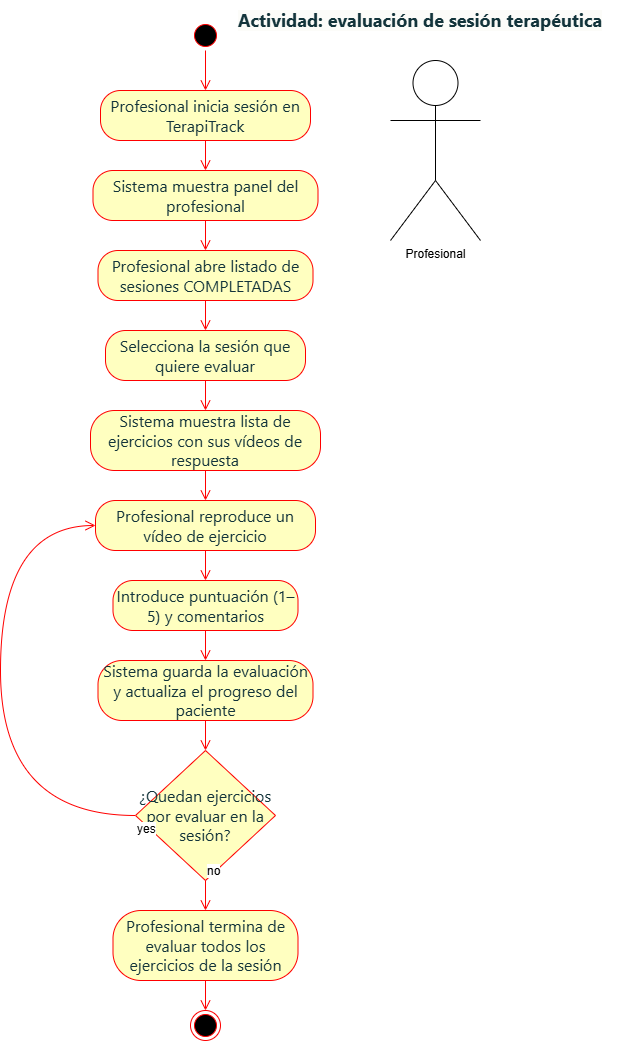
Before: doc/TerapiTrack_Documentación_Técnica/img/actividad_evaluar_sesion.png, a diagram exported from draw.io (lanchares/TerapiTrack). Source tidied: cells renumbered, new cells last; positions are measured from the earlier drawing's top-left corner, leaving out a move shared by most shapes. The source it was exported from:
```xml
<mxGraphModel>
  <root>
    <mxCell id="0" />
    <mxCell id="1" parent="0" />
    <mxCell id="2" style="ellipse;html=1;shape=startState;fillColor=#000000;strokeColor=#ff0000;" parent="1" vertex="1">
      <mxGeometry x="190" y="20" width="30" height="30" as="geometry" />
    </mxCell>
    <mxCell id="3" style="edgeStyle=orthogonalEdgeStyle;html=1;verticalAlign=bottom;endArrow=open;endSize=8;strokeColor=#ff0000;rounded=0;fontSize=12;curved=1;entryX=0.5;entryY=0;entryDx=0;entryDy=0;" parent="1" edge="1" source="2" target="4">
      <mxGeometry relative="1" as="geometry" />
    </mxCell>
    <mxCell id="4" value="&lt;span style=&quot;color: oklch(0.3039 0.04 213.68); font-family: fkGroteskNeue, ui-sans-serif, system-ui, -apple-system, BlinkMacSystemFont, &amp;quot;Segoe UI&amp;quot;, Roboto, &amp;quot;Helvetica Neue&amp;quot;, Arial, &amp;quot;Noto Sans&amp;quot;, sans-serif, &amp;quot;Apple Color Emoji&amp;quot;, &amp;quot;Segoe UI Emoji&amp;quot;, &amp;quot;Segoe UI Symbol&amp;quot;, &amp;quot;Noto Color Emoji&amp;quot;, &amp;quot;Hiragino Sans&amp;quot;, &amp;quot;PingFang SC&amp;quot;, &amp;quot;Apple SD Gothic Neo&amp;quot;, &amp;quot;Yu Gothic&amp;quot;, &amp;quot;Microsoft YaHei&amp;quot;, &amp;quot;Microsoft JhengHei&amp;quot;, Meiryo; font-size: 16px; text-align: start;&quot;&gt;Profesional inicia sesión en TerapiTrack&lt;/span&gt;" style="rounded=1;whiteSpace=wrap;html=1;arcSize=40;fontColor=#000000;fillColor=#ffffc0;strokeColor=#ff0000;" parent="1" vertex="1">
      <mxGeometry x="100" y="90" width="210" height="50" as="geometry" />
    </mxCell>
    <mxCell id="5" style="edgeStyle=orthogonalEdgeStyle;html=1;verticalAlign=bottom;endArrow=open;endSize=8;strokeColor=#ff0000;rounded=0;fontSize=12;curved=1;entryX=0.5;entryY=0;entryDx=0;entryDy=0;" parent="1" edge="1" source="4" target="6">
      <mxGeometry relative="1" as="geometry" />
    </mxCell>
    <mxCell id="6" value="&lt;span style=&quot;color: oklch(0.3039 0.04 213.68); font-family: fkGroteskNeue, ui-sans-serif, system-ui, -apple-system, BlinkMacSystemFont, &amp;quot;Segoe UI&amp;quot;, Roboto, &amp;quot;Helvetica Neue&amp;quot;, Arial, &amp;quot;Noto Sans&amp;quot;, sans-serif, &amp;quot;Apple Color Emoji&amp;quot;, &amp;quot;Segoe UI Emoji&amp;quot;, &amp;quot;Segoe UI Symbol&amp;quot;, &amp;quot;Noto Color Emoji&amp;quot;, &amp;quot;Hiragino Sans&amp;quot;, &amp;quot;PingFang SC&amp;quot;, &amp;quot;Apple SD Gothic Neo&amp;quot;, &amp;quot;Yu Gothic&amp;quot;, &amp;quot;Microsoft YaHei&amp;quot;, &amp;quot;Microsoft JhengHei&amp;quot;, Meiryo; font-size: 16px; text-align: start;&quot;&gt;Sistema muestra panel del profesional&lt;/span&gt;" style="rounded=1;whiteSpace=wrap;html=1;arcSize=40;fontColor=#000000;fillColor=#ffffc0;strokeColor=#ff0000;" parent="1" vertex="1">
      <mxGeometry x="92.5" y="170" width="225" height="50" as="geometry" />
    </mxCell>
    <mxCell id="7" style="edgeStyle=orthogonalEdgeStyle;html=1;verticalAlign=bottom;endArrow=open;endSize=8;strokeColor=#ff0000;rounded=0;fontSize=12;curved=1;entryX=0.5;entryY=0;entryDx=0;entryDy=0;" parent="1" edge="1" source="6" target="8">
      <mxGeometry relative="1" as="geometry" />
    </mxCell>
    <mxCell id="8" value="&lt;span style=&quot;color: oklch(0.3039 0.04 213.68); font-family: fkGroteskNeue, ui-sans-serif, system-ui, -apple-system, BlinkMacSystemFont, &amp;quot;Segoe UI&amp;quot;, Roboto, &amp;quot;Helvetica Neue&amp;quot;, Arial, &amp;quot;Noto Sans&amp;quot;, sans-serif, &amp;quot;Apple Color Emoji&amp;quot;, &amp;quot;Segoe UI Emoji&amp;quot;, &amp;quot;Segoe UI Symbol&amp;quot;, &amp;quot;Noto Color Emoji&amp;quot;, &amp;quot;Hiragino Sans&amp;quot;, &amp;quot;PingFang SC&amp;quot;, &amp;quot;Apple SD Gothic Neo&amp;quot;, &amp;quot;Yu Gothic&amp;quot;, &amp;quot;Microsoft YaHei&amp;quot;, &amp;quot;Microsoft JhengHei&amp;quot;, Meiryo; font-size: 16px; text-align: start;&quot;&gt;Profesional abre listado de sesiones COMPLETADAS&lt;/span&gt;" style="rounded=1;whiteSpace=wrap;html=1;arcSize=40;fontColor=#000000;fillColor=#ffffc0;strokeColor=#ff0000;" parent="1" vertex="1">
      <mxGeometry x="97.5" y="250" width="215" height="50" as="geometry" />
    </mxCell>
    <mxCell id="9" value="Profesional" style="shape=umlActor;verticalLabelPosition=bottom;verticalAlign=top;html=1;" parent="1" vertex="1">
      <mxGeometry x="390" y="60" width="90" height="180" as="geometry" />
    </mxCell>
    <mxCell id="10" value="&lt;span style=&quot;color: oklch(0.3039 0.04 213.68); font-family: fkGroteskNeue, ui-sans-serif, system-ui, -apple-system, BlinkMacSystemFont, &amp;quot;Segoe UI&amp;quot;, Roboto, &amp;quot;Helvetica Neue&amp;quot;, Arial, &amp;quot;Noto Sans&amp;quot;, sans-serif, &amp;quot;Apple Color Emoji&amp;quot;, &amp;quot;Segoe UI Emoji&amp;quot;, &amp;quot;Segoe UI Symbol&amp;quot;, &amp;quot;Noto Color Emoji&amp;quot;, &amp;quot;Hiragino Sans&amp;quot;, &amp;quot;PingFang SC&amp;quot;, &amp;quot;Apple SD Gothic Neo&amp;quot;, &amp;quot;Yu Gothic&amp;quot;, &amp;quot;Microsoft YaHei&amp;quot;, &amp;quot;Microsoft JhengHei&amp;quot;, Meiryo; text-align: start; background-color: oklch(0.9902 0.004 106.47);&quot;&gt;&lt;b&gt;&lt;font style=&quot;font-size: 18px;&quot;&gt;Actividad: evaluación de sesión terapéutica&lt;/font&gt;&lt;/b&gt;&lt;/span&gt;" style="text;html=1;whiteSpace=wrap;strokeColor=none;fillColor=none;align=center;verticalAlign=middle;rounded=0;fontSize=16;" parent="1" vertex="1">
      <mxGeometry x="220" width="400" height="40" as="geometry" />
    </mxCell>
    <mxCell id="11" value="&lt;span style=&quot;color: oklch(0.3039 0.04 213.68); font-family: fkGroteskNeue, ui-sans-serif, system-ui, -apple-system, BlinkMacSystemFont, &amp;quot;Segoe UI&amp;quot;, Roboto, &amp;quot;Helvetica Neue&amp;quot;, Arial, &amp;quot;Noto Sans&amp;quot;, sans-serif, &amp;quot;Apple Color Emoji&amp;quot;, &amp;quot;Segoe UI Emoji&amp;quot;, &amp;quot;Segoe UI Symbol&amp;quot;, &amp;quot;Noto Color Emoji&amp;quot;, &amp;quot;Hiragino Sans&amp;quot;, &amp;quot;PingFang SC&amp;quot;, &amp;quot;Apple SD Gothic Neo&amp;quot;, &amp;quot;Yu Gothic&amp;quot;, &amp;quot;Microsoft YaHei&amp;quot;, &amp;quot;Microsoft JhengHei&amp;quot;, Meiryo; font-size: 16px; text-align: start;&quot;&gt;Selecciona la sesión que quiere evaluar&lt;/span&gt;" style="rounded=1;whiteSpace=wrap;html=1;arcSize=40;fontColor=#000000;fillColor=#ffffc0;strokeColor=#ff0000;" parent="1" vertex="1">
      <mxGeometry x="105" y="330" width="200" height="50" as="geometry" />
    </mxCell>
    <mxCell id="12" style="edgeStyle=orthogonalEdgeStyle;html=1;verticalAlign=bottom;endArrow=open;endSize=8;strokeColor=#ff0000;rounded=0;fontSize=12;curved=1;" parent="1" edge="1" source="11" target="13">
      <mxGeometry relative="1" as="geometry" />
    </mxCell>
    <mxCell id="13" value="&lt;span style=&quot;color: oklch(0.3039 0.04 213.68); font-family: fkGroteskNeue, ui-sans-serif, system-ui, -apple-system, BlinkMacSystemFont, &amp;quot;Segoe UI&amp;quot;, Roboto, &amp;quot;Helvetica Neue&amp;quot;, Arial, &amp;quot;Noto Sans&amp;quot;, sans-serif, &amp;quot;Apple Color Emoji&amp;quot;, &amp;quot;Segoe UI Emoji&amp;quot;, &amp;quot;Segoe UI Symbol&amp;quot;, &amp;quot;Noto Color Emoji&amp;quot;, &amp;quot;Hiragino Sans&amp;quot;, &amp;quot;PingFang SC&amp;quot;, &amp;quot;Apple SD Gothic Neo&amp;quot;, &amp;quot;Yu Gothic&amp;quot;, &amp;quot;Microsoft YaHei&amp;quot;, &amp;quot;Microsoft JhengHei&amp;quot;, Meiryo; font-size: 16px; text-align: start;&quot;&gt;Sistema muestra lista de ejercicios con sus vídeos de respuesta&lt;/span&gt;" style="rounded=1;whiteSpace=wrap;html=1;arcSize=40;fontColor=#000000;fillColor=#ffffc0;strokeColor=#ff0000;" parent="1" vertex="1">
      <mxGeometry x="90" y="410" width="230" height="60" as="geometry" />
    </mxCell>
    <mxCell id="14" style="edgeStyle=orthogonalEdgeStyle;html=1;verticalAlign=bottom;endArrow=open;endSize=8;strokeColor=#ff0000;rounded=0;fontSize=12;curved=1;" parent="1" edge="1" source="13" target="15">
      <mxGeometry relative="1" as="geometry" />
    </mxCell>
    <mxCell id="15" value="&lt;span style=&quot;color: oklch(0.3039 0.04 213.68); font-family: fkGroteskNeue, ui-sans-serif, system-ui, -apple-system, BlinkMacSystemFont, &amp;quot;Segoe UI&amp;quot;, Roboto, &amp;quot;Helvetica Neue&amp;quot;, Arial, &amp;quot;Noto Sans&amp;quot;, sans-serif, &amp;quot;Apple Color Emoji&amp;quot;, &amp;quot;Segoe UI Emoji&amp;quot;, &amp;quot;Segoe UI Symbol&amp;quot;, &amp;quot;Noto Color Emoji&amp;quot;, &amp;quot;Hiragino Sans&amp;quot;, &amp;quot;PingFang SC&amp;quot;, &amp;quot;Apple SD Gothic Neo&amp;quot;, &amp;quot;Yu Gothic&amp;quot;, &amp;quot;Microsoft YaHei&amp;quot;, &amp;quot;Microsoft JhengHei&amp;quot;, Meiryo; font-size: 16px; text-align: start;&quot;&gt;Profesional reproduce un vídeo de ejercicio&lt;/span&gt;" style="rounded=1;whiteSpace=wrap;html=1;arcSize=40;fontColor=#000000;fillColor=#ffffc0;strokeColor=#ff0000;" parent="1" vertex="1">
      <mxGeometry x="95" y="500" width="220" height="50" as="geometry" />
    </mxCell>
    <mxCell id="16" style="edgeStyle=orthogonalEdgeStyle;html=1;verticalAlign=bottom;endArrow=open;endSize=8;strokeColor=#ff0000;rounded=0;fontSize=12;curved=1;entryX=0.5;entryY=0;entryDx=0;entryDy=0;" parent="1" edge="1" source="15" target="17">
      <mxGeometry relative="1" as="geometry" />
    </mxCell>
    <mxCell id="17" value="&lt;span style=&quot;color: oklch(0.3039 0.04 213.68); font-family: fkGroteskNeue, ui-sans-serif, system-ui, -apple-system, BlinkMacSystemFont, &amp;quot;Segoe UI&amp;quot;, Roboto, &amp;quot;Helvetica Neue&amp;quot;, Arial, &amp;quot;Noto Sans&amp;quot;, sans-serif, &amp;quot;Apple Color Emoji&amp;quot;, &amp;quot;Segoe UI Emoji&amp;quot;, &amp;quot;Segoe UI Symbol&amp;quot;, &amp;quot;Noto Color Emoji&amp;quot;, &amp;quot;Hiragino Sans&amp;quot;, &amp;quot;PingFang SC&amp;quot;, &amp;quot;Apple SD Gothic Neo&amp;quot;, &amp;quot;Yu Gothic&amp;quot;, &amp;quot;Microsoft YaHei&amp;quot;, &amp;quot;Microsoft JhengHei&amp;quot;, Meiryo; font-size: 16px; text-align: start;&quot;&gt;Introduce puntuación (1–5) y comentarios&lt;/span&gt;" style="rounded=1;whiteSpace=wrap;html=1;arcSize=40;fontColor=#000000;fillColor=#ffffc0;strokeColor=#ff0000;" parent="1" vertex="1">
      <mxGeometry x="112.5" y="580" width="185" height="50" as="geometry" />
    </mxCell>
    <mxCell id="18" style="edgeStyle=orthogonalEdgeStyle;html=1;verticalAlign=bottom;endArrow=open;endSize=8;strokeColor=#ff0000;rounded=0;fontSize=12;curved=1;entryX=0.5;entryY=0;entryDx=0;entryDy=0;" parent="1" edge="1" source="17" target="19">
      <mxGeometry relative="1" as="geometry" />
    </mxCell>
    <mxCell id="19" value="&lt;span style=&quot;color: oklch(0.3039 0.04 213.68); font-family: fkGroteskNeue, ui-sans-serif, system-ui, -apple-system, BlinkMacSystemFont, &amp;quot;Segoe UI&amp;quot;, Roboto, &amp;quot;Helvetica Neue&amp;quot;, Arial, &amp;quot;Noto Sans&amp;quot;, sans-serif, &amp;quot;Apple Color Emoji&amp;quot;, &amp;quot;Segoe UI Emoji&amp;quot;, &amp;quot;Segoe UI Symbol&amp;quot;, &amp;quot;Noto Color Emoji&amp;quot;, &amp;quot;Hiragino Sans&amp;quot;, &amp;quot;PingFang SC&amp;quot;, &amp;quot;Apple SD Gothic Neo&amp;quot;, &amp;quot;Yu Gothic&amp;quot;, &amp;quot;Microsoft YaHei&amp;quot;, &amp;quot;Microsoft JhengHei&amp;quot;, Meiryo; font-size: 16px; text-align: start;&quot;&gt;Sistema guarda la evaluación y actualiza el progreso del paciente&lt;/span&gt;" style="rounded=1;whiteSpace=wrap;html=1;arcSize=40;fontColor=#000000;fillColor=#ffffc0;strokeColor=#ff0000;" parent="1" vertex="1">
      <mxGeometry x="97.5" y="660" width="215" height="60" as="geometry" />
    </mxCell>
    <mxCell id="20" style="edgeStyle=orthogonalEdgeStyle;html=1;verticalAlign=bottom;endArrow=open;endSize=8;strokeColor=#ff0000;rounded=0;fontSize=12;curved=1;entryX=0.5;entryY=0;entryDx=0;entryDy=0;" parent="1" edge="1" source="19" target="24">
      <mxGeometry relative="1" as="geometry" />
    </mxCell>
    <mxCell id="21" value="&lt;span style=&quot;color: oklch(0.3039 0.04 213.68); font-family: fkGroteskNeue, ui-sans-serif, system-ui, -apple-system, BlinkMacSystemFont, &amp;quot;Segoe UI&amp;quot;, Roboto, &amp;quot;Helvetica Neue&amp;quot;, Arial, &amp;quot;Noto Sans&amp;quot;, sans-serif, &amp;quot;Apple Color Emoji&amp;quot;, &amp;quot;Segoe UI Emoji&amp;quot;, &amp;quot;Segoe UI Symbol&amp;quot;, &amp;quot;Noto Color Emoji&amp;quot;, &amp;quot;Hiragino Sans&amp;quot;, &amp;quot;PingFang SC&amp;quot;, &amp;quot;Apple SD Gothic Neo&amp;quot;, &amp;quot;Yu Gothic&amp;quot;, &amp;quot;Microsoft YaHei&amp;quot;, &amp;quot;Microsoft JhengHei&amp;quot;, Meiryo; font-size: 16px; text-align: start;&quot;&gt;Profesional termina de evaluar todos los ejercicios de la sesión&lt;/span&gt;" style="rounded=1;whiteSpace=wrap;html=1;arcSize=40;fontColor=#000000;fillColor=#ffffc0;strokeColor=#ff0000;" parent="1" vertex="1">
      <mxGeometry x="112.5" y="910" width="185" height="70" as="geometry" />
    </mxCell>
    <mxCell id="22" style="edgeStyle=orthogonalEdgeStyle;html=1;verticalAlign=bottom;endArrow=open;endSize=8;strokeColor=#ff0000;rounded=0;fontSize=12;curved=1;entryX=0.5;entryY=0;entryDx=0;entryDy=0;" parent="1" edge="1" source="21" target="23">
      <mxGeometry relative="1" as="geometry" />
    </mxCell>
    <mxCell id="23" style="ellipse;html=1;shape=endState;fillColor=#000000;strokeColor=#ff0000;" parent="1" vertex="1">
      <mxGeometry x="190" y="1010" width="30" height="30" as="geometry" />
    </mxCell>
    <mxCell id="24" value="&lt;span style=&quot;color: oklch(0.3039 0.04 213.68); font-family: fkGroteskNeue, ui-sans-serif, system-ui, -apple-system, BlinkMacSystemFont, &amp;quot;Segoe UI&amp;quot;, Roboto, &amp;quot;Helvetica Neue&amp;quot;, Arial, &amp;quot;Noto Sans&amp;quot;, sans-serif, &amp;quot;Apple Color Emoji&amp;quot;, &amp;quot;Segoe UI Emoji&amp;quot;, &amp;quot;Segoe UI Symbol&amp;quot;, &amp;quot;Noto Color Emoji&amp;quot;, &amp;quot;Hiragino Sans&amp;quot;, &amp;quot;PingFang SC&amp;quot;, &amp;quot;Apple SD Gothic Neo&amp;quot;, &amp;quot;Yu Gothic&amp;quot;, &amp;quot;Microsoft YaHei&amp;quot;, &amp;quot;Microsoft JhengHei&amp;quot;, Meiryo; font-size: 16px; text-align: start;&quot;&gt;¿Quedan ejercicios por evaluar en la sesión?&lt;/span&gt;" style="rhombus;whiteSpace=wrap;html=1;fontColor=#000000;fillColor=#ffffc0;strokeColor=#ff0000;" parent="1" vertex="1">
      <mxGeometry x="135" y="750" width="140" height="130" as="geometry" />
    </mxCell>
    <mxCell id="25" value="no" style="edgeStyle=orthogonalEdgeStyle;html=1;align=left;verticalAlign=bottom;endArrow=open;endSize=8;strokeColor=#ff0000;rounded=0;fontSize=12;curved=1;" parent="1" edge="1" source="24" target="21">
      <mxGeometry x="-1" relative="1" as="geometry" />
    </mxCell>
    <mxCell id="26" value="yes" style="edgeStyle=orthogonalEdgeStyle;html=1;align=left;verticalAlign=top;endArrow=open;endSize=8;strokeColor=#ff0000;rounded=0;fontSize=12;curved=1;entryX=0;entryY=0.5;entryDx=0;entryDy=0;" parent="1" edge="1" source="24" target="15">
      <mxGeometry x="-1" relative="1" as="geometry">
        <Array as="points">
          <mxPoint y="815" />
          <mxPoint y="525" />
        </Array>
      </mxGeometry>
    </mxCell>
    <mxCell id="27" style="edgeStyle=orthogonalEdgeStyle;html=1;verticalAlign=bottom;endArrow=open;endSize=8;strokeColor=#ff0000;rounded=0;fontSize=12;curved=1;exitX=0.5;exitY=1;exitDx=0;exitDy=0;entryX=0.5;entryY=0;entryDx=0;entryDy=0;" parent="1" edge="1" source="8" target="11">
      <mxGeometry relative="1" as="geometry" />
    </mxCell>
  </root>
</mxGraphModel>
```
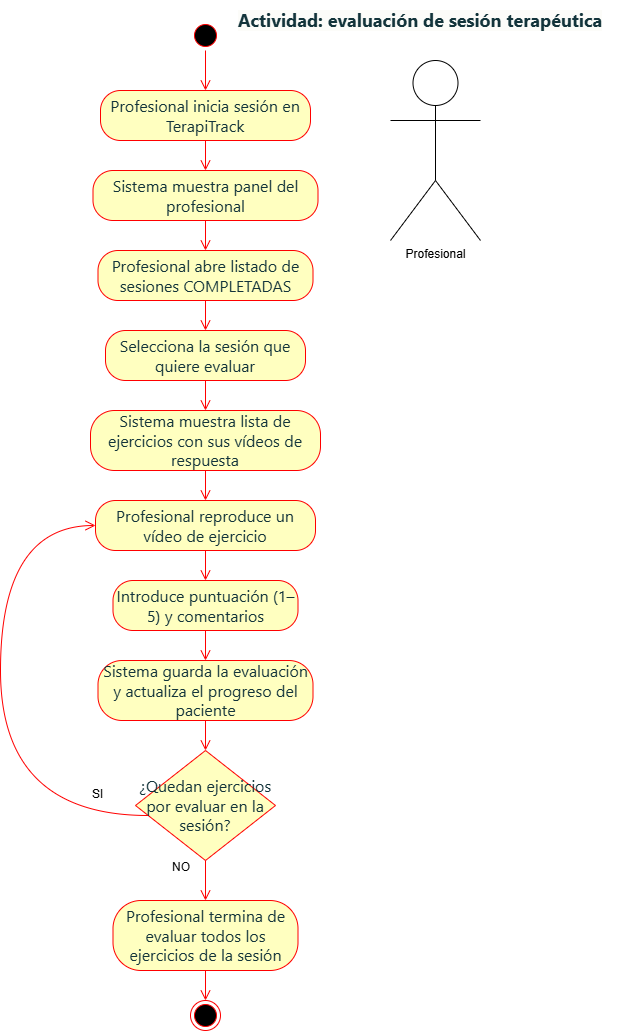
The same file after the commit.

The edit, as a diff of the source:
```diff
@@ -60,22 +60,22 @@
       <mxGeometry relative="1" as="geometry" />
     </mxCell>
     <mxCell id="21" value="&lt;span style=&quot;color: oklch(0.3039 0.04 213.68); font-family: fkGroteskNeue, ui-sans-serif, system-ui, -apple-system, BlinkMacSystemFont, &amp;quot;Segoe UI&amp;quot;, Roboto, &amp;quot;Helvetica Neue&amp;quot;, Arial, &amp;quot;Noto Sans&amp;quot;, sans-serif, &amp;quot;Apple Color Emoji&amp;quot;, &amp;quot;Segoe UI Emoji&amp;quot;, &amp;quot;Segoe UI Symbol&amp;quot;, &amp;quot;Noto Color Emoji&amp;quot;, &amp;quot;Hiragino Sans&amp;quot;, &amp;quot;PingFang SC&amp;quot;, &amp;quot;Apple SD Gothic Neo&amp;quot;, &amp;quot;Yu Gothic&amp;quot;, &amp;quot;Microsoft YaHei&amp;quot;, &amp;quot;Microsoft JhengHei&amp;quot;, Meiryo; font-size: 16px; text-align: start;&quot;&gt;Profesional termina de evaluar todos los ejercicios de la sesión&lt;/span&gt;" style="rounded=1;whiteSpace=wrap;html=1;arcSize=40;fontColor=#000000;fillColor=#ffffc0;strokeColor=#ff0000;" parent="1" vertex="1">
-      <mxGeometry x="112.5" y="910" width="185" height="70" as="geometry" />
+      <mxGeometry x="112.5" y="900" width="185" height="70" as="geometry" />
     </mxCell>
     <mxCell id="22" style="edgeStyle=orthogonalEdgeStyle;html=1;verticalAlign=bottom;endArrow=open;endSize=8;strokeColor=#ff0000;rounded=0;fontSize=12;curved=1;entryX=0.5;entryY=0;entryDx=0;entryDy=0;" parent="1" edge="1" source="21" target="23">
       <mxGeometry relative="1" as="geometry" />
     </mxCell>
     <mxCell id="23" style="ellipse;html=1;shape=endState;fillColor=#000000;strokeColor=#ff0000;" parent="1" vertex="1">
-      <mxGeometry x="190" y="1010" width="30" height="30" as="geometry" />
+      <mxGeometry x="190" y="1000" width="30" height="30" as="geometry" />
     </mxCell>
     <mxCell id="24" value="&lt;span style=&quot;color: oklch(0.3039 0.04 213.68); font-family: fkGroteskNeue, ui-sans-serif, system-ui, -apple-system, BlinkMacSystemFont, &amp;quot;Segoe UI&amp;quot;, Roboto, &amp;quot;Helvetica Neue&amp;quot;, Arial, &amp;quot;Noto Sans&amp;quot;, sans-serif, &amp;quot;Apple Color Emoji&amp;quot;, &amp;quot;Segoe UI Emoji&amp;quot;, &amp;quot;Segoe UI Symbol&amp;quot;, &amp;quot;Noto Color Emoji&amp;quot;, &amp;quot;Hiragino Sans&amp;quot;, &amp;quot;PingFang SC&amp;quot;, &amp;quot;Apple SD Gothic Neo&amp;quot;, &amp;quot;Yu Gothic&amp;quot;, &amp;quot;Microsoft YaHei&amp;quot;, &amp;quot;Microsoft JhengHei&amp;quot;, Meiryo; font-size: 16px; text-align: start;&quot;&gt;¿Quedan ejercicios por evaluar en la sesión?&lt;/span&gt;" style="rhombus;whiteSpace=wrap;html=1;fontColor=#000000;fillColor=#ffffc0;strokeColor=#ff0000;" parent="1" vertex="1">
-      <mxGeometry x="135" y="750" width="140" height="130" as="geometry" />
+      <mxGeometry x="135" y="750" width="140" height="110" as="geometry" />
     </mxCell>
-    <mxCell id="25" value="no" style="edgeStyle=orthogonalEdgeStyle;html=1;align=left;verticalAlign=bottom;endArrow=open;endSize=8;strokeColor=#ff0000;rounded=0;fontSize=12;curved=1;" parent="1" edge="1" source="24" target="21">
-      <mxGeometry x="-1" relative="1" as="geometry" />
+    <mxCell id="25" value="NO" style="edgeStyle=orthogonalEdgeStyle;html=1;align=left;verticalAlign=bottom;endArrow=open;endSize=8;strokeColor=#ff0000;rounded=0;fontSize=12;curved=1;" parent="1" edge="1" source="24" target="21">
+      <mxGeometry x="-0.2" y="-35" relative="1" as="geometry" />
     </mxCell>
-    <mxCell id="26" value="yes" style="edgeStyle=orthogonalEdgeStyle;html=1;align=left;verticalAlign=top;endArrow=open;endSize=8;strokeColor=#ff0000;rounded=0;fontSize=12;curved=1;entryX=0;entryY=0.5;entryDx=0;entryDy=0;" parent="1" edge="1" source="24" target="15">
-      <mxGeometry x="-1" relative="1" as="geometry">
+    <mxCell id="26" value="SI" style="edgeStyle=orthogonalEdgeStyle;html=1;align=left;verticalAlign=top;endArrow=open;endSize=8;strokeColor=#ff0000;rounded=0;fontSize=12;curved=1;entryX=0;entryY=0.5;entryDx=0;entryDy=0;" parent="1" edge="1" source="24" target="15">
+      <mxGeometry x="-0.78" y="-35" relative="1" as="geometry">
         <Array as="points">
           <mxPoint y="815" />
           <mxPoint y="525" />
```
